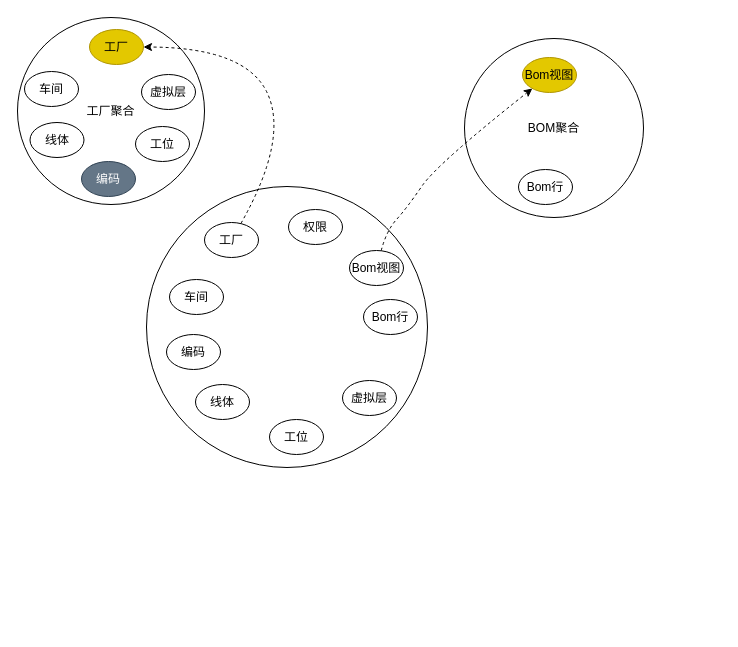
Above: long wall ddd.drawio in upsideDownBird/Gallery (draw.io), before the change. Source tidied: cells renumbered, new cells numbered last; positions are measured from the earlier drawing's top-left corner, leaving out a move shared by most shapes. Both pictures are drawn from the tidied source at 100%, with x=0, y=0 at pixel (17, 17).
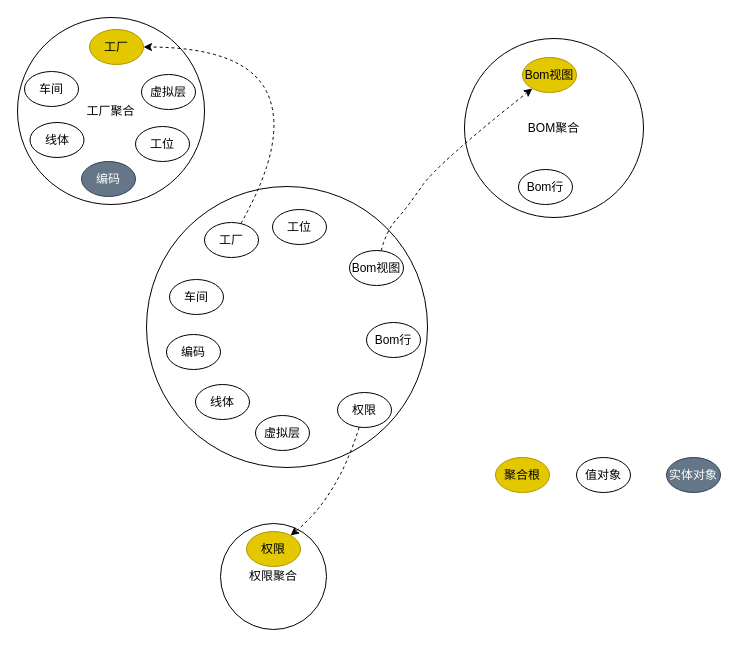
The same diagram, later.

Diff of the diagram source:
```diff
@@
     <mxCell id="6" value="工位" style="ellipse;whiteSpace=wrap;html=1;" parent="1" vertex="1">
-      <mxGeometry x="252" y="402" width="54" height="35" as="geometry" />
+      <mxGeometry x="255" y="192" width="54" height="35" as="geometry" />
     </mxCell>
     <mxCell id="7" value="虚拟层" style="ellipse;whiteSpace=wrap;html=1;" parent="1" vertex="1">
-      <mxGeometry x="325" y="363" width="54" height="35" as="geometry" />
+      <mxGeometry x="238" y="398" width="54" height="35" as="geometry" />
     </mxCell>
@@
     <mxCell id="9" value="Bom行" style="ellipse;whiteSpace=wrap;html=1;" parent="1" vertex="1">
-      <mxGeometry x="346" y="282" width="54" height="35" as="geometry" />
+      <mxGeometry x="349" y="305" width="54" height="35" as="geometry" />
     </mxCell>
@@
     <mxCell id="11" value="权限" style="ellipse;whiteSpace=wrap;html=1;" parent="1" vertex="1">
-      <mxGeometry x="271" y="192" width="54" height="35" as="geometry" />
+      <mxGeometry x="320" y="375" width="54" height="35" as="geometry" />
     </mxCell>
@@
+    <mxCell id="24" value="权限聚合" style="ellipse;whiteSpace=wrap;html=1;" parent="1" vertex="1">
+      <mxGeometry x="203" y="506" width="106" height="106" as="geometry" />
+    </mxCell>
+    <mxCell id="25" value="权限" style="ellipse;whiteSpace=wrap;html=1;fillColor=#e3c800;fontColor=#000000;strokeColor=#B09500;" parent="1" vertex="1">
+      <mxGeometry x="229" y="514" width="54" height="35" as="geometry" />
+    </mxCell>
+    <mxCell id="26" style="curved=1;endArrow=classic;html=1;rounded=0;dashed=1;" parent="1" edge="1" source="11" target="25">
+      <mxGeometry relative="1" as="geometry">
+        <Array as="points">
+          <mxPoint x="320" y="480" />
+        </Array>
+      </mxGeometry>
+    </mxCell>
+    <mxCell id="27" value="聚合根" style="ellipse;whiteSpace=wrap;html=1;fillColor=#e3c800;fontColor=#000000;strokeColor=#B09500;" parent="1" vertex="1">
+      <mxGeometry x="478" y="440" width="54" height="35" as="geometry" />
+    </mxCell>
+    <mxCell id="28" value="值对象" style="ellipse;whiteSpace=wrap;html=1;" parent="1" vertex="1">
+      <mxGeometry x="559" y="440" width="54" height="35" as="geometry" />
+    </mxCell>
+    <mxCell id="29" value="实体对象" style="ellipse;whiteSpace=wrap;html=1;fillColor=#647687;strokeColor=#314354;fontColor=#ffffff;" parent="1" vertex="1">
+      <mxGeometry x="649" y="440" width="54" height="35" as="geometry" />
+    </mxCell>
```
